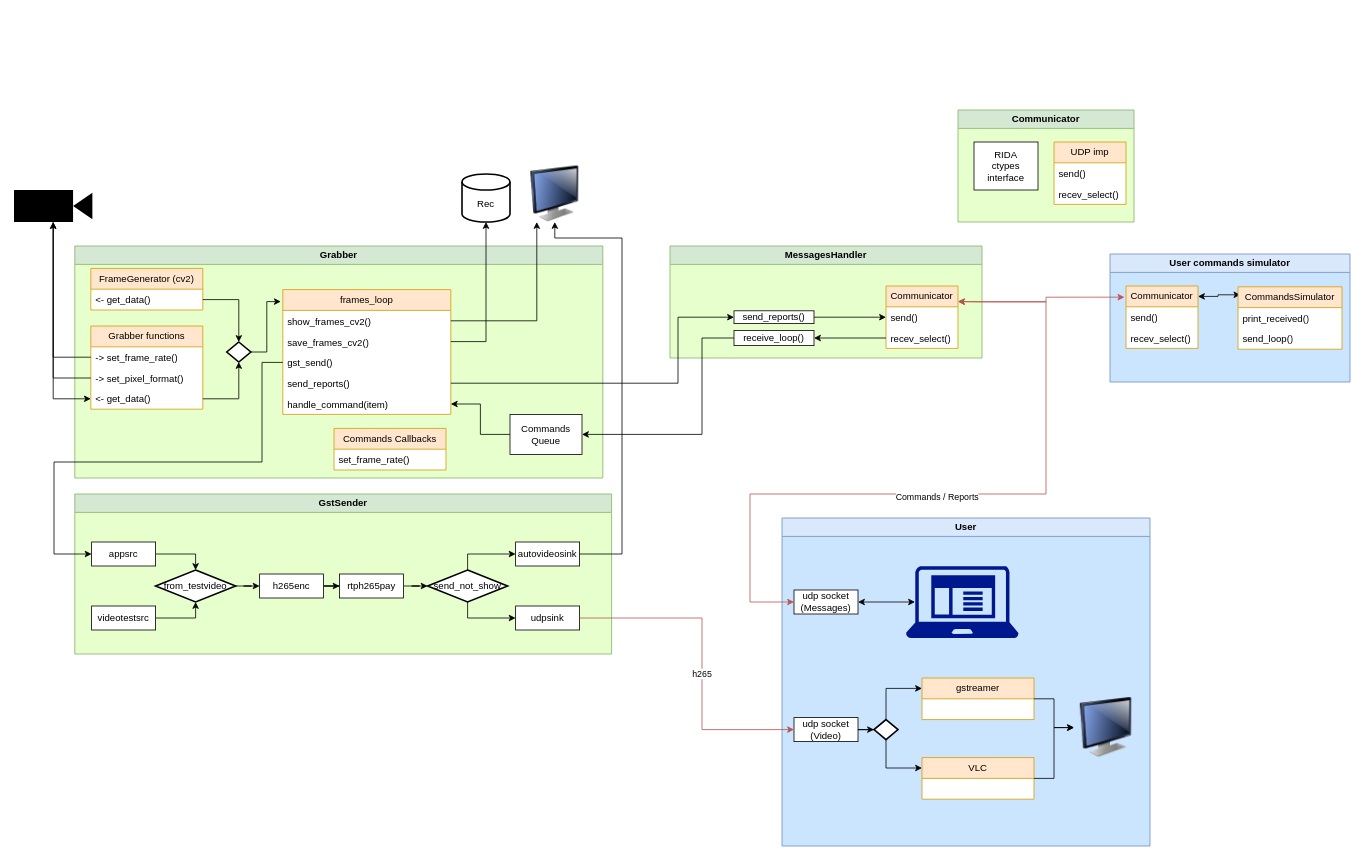
Earlier version of the draw.io diagram doc/diagram.drawio (serbuh/gige_capture). Source tidied: cells renumbered, new cells numbered last; positions are measured from the earlier drawing's top-left corner, leaving out a move shared by most shapes. Both pictures are drawn from the tidied source at 80%, with x=0, y=0 at pixel (14, 110).
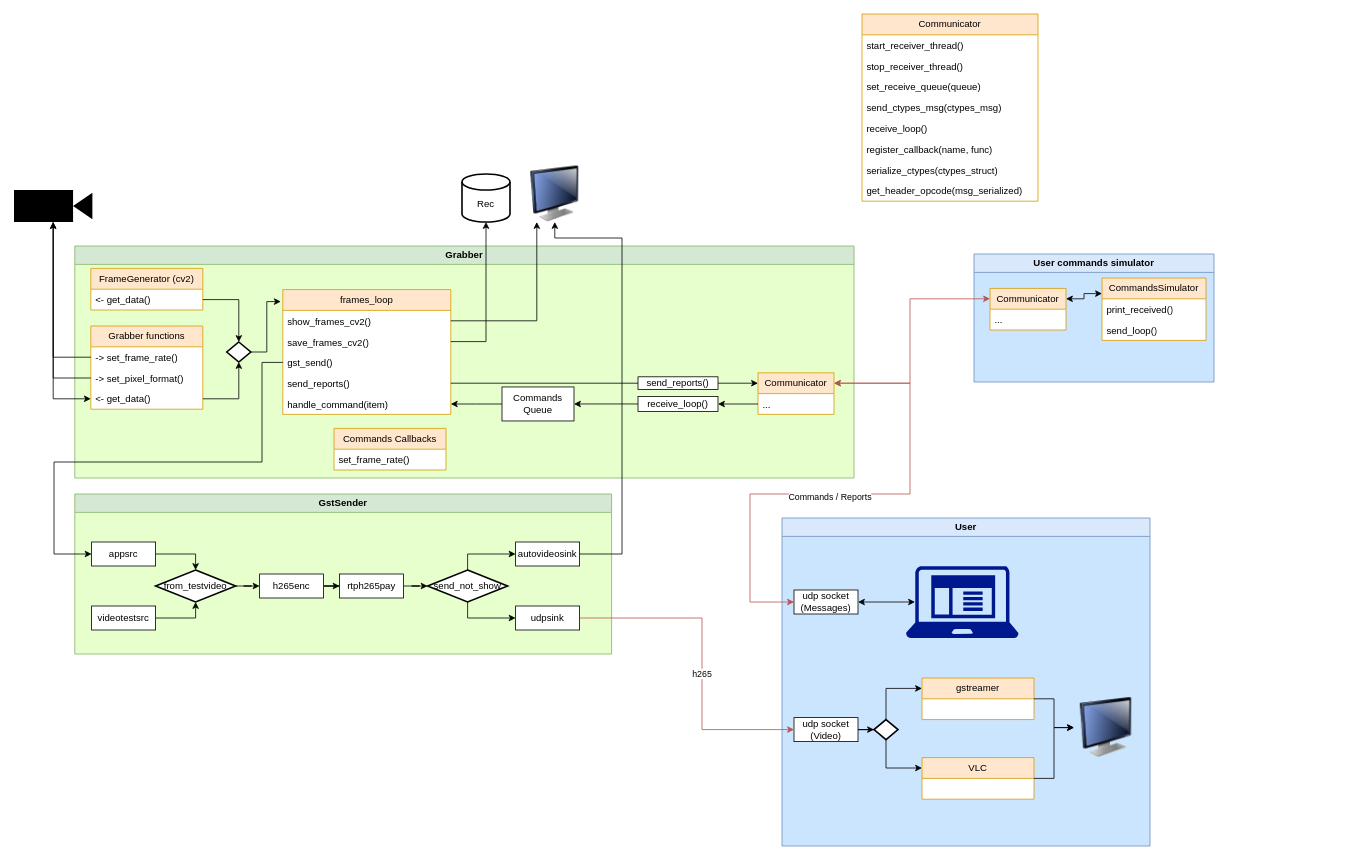
After the change.

The change refers to these unchanged cells:
```xml
<mxCell id="17" value="send_reports()" style="text;strokeColor=none;fillColor=none;align=left;verticalAlign=top;spacingLeft=4;spacingRight=4;overflow=hidden;points=[[0,0.5],[1,0.5]];portConstraint=eastwest;whiteSpace=wrap;html=1;" parent="13" vertex="1">
  <mxGeometry y="104" width="210" height="26" as="geometry" />
</mxCell>
<mxCell id="43" value="udp socket&lt;br&gt;(Messages)" style="rounded=0;whiteSpace=wrap;html=1;" parent="33" vertex="1">
  <mxGeometry x="15" y="90" width="80" height="30" as="geometry" />
</mxCell>
```

Diff of the diagram source:
```diff
@@
     <mxCell id="2" value="Grabber" style="swimlane;whiteSpace=wrap;html=1;comic=0;noLabel=0;swimlaneFillColor=#E6FFCC;fillColor=#d5e8d4;strokeColor=#82b366;" parent="1" vertex="1">
-      <mxGeometry x="76" y="170" width="660" height="290" as="geometry" />
+      <mxGeometry x="76" y="170" width="974" height="290" as="geometry" />
     </mxCell>
@@
     <mxCell id="22" value="Commands&lt;br&gt;Queue" style="rounded=0;whiteSpace=wrap;html=1;" parent="2" vertex="1">
-      <mxGeometry x="544" y="210.5" width="90" height="50" as="geometry" />
+      <mxGeometry x="534" y="176.2" width="90" height="42.5" as="geometry" />
     </mxCell>
-    <mxCell id="23" value="MessagesHandler" style="swimlane;whiteSpace=wrap;html=1;comic=0;noLabel=0;swimlaneFillColor=#E6FFCC;fillColor=#d5e8d4;strokeColor=#82b366;" parent="1" vertex="1">
-      <mxGeometry x="820" y="170" width="390" height="140" as="geometry" />
-    </mxCell>
-    <mxCell id="24" value="Communicator" style="swimlane;fontStyle=0;horizontal=1;startSize=26;fillColor=#ffe6cc;whiteSpace=wrap;html=1;strokeColor=#d79b00;swimlaneFillColor=default;" parent="23" vertex="1">
-      <mxGeometry x="270" y="50" width="90" height="78" as="geometry" />
-    </mxCell>
-    <mxCell id="25" value="send()" style="text;strokeColor=none;fillColor=none;align=left;verticalAlign=top;spacingLeft=4;spacingRight=4;overflow=hidden;points=[[0,0.5],[1,0.5]];portConstraint=eastwest;whiteSpace=wrap;html=1;" parent="24" vertex="1">
-      <mxGeometry y="26" width="90" height="26" as="geometry" />
-    </mxCell>
-    <mxCell id="26" value="recev_select()" style="text;strokeColor=none;fillColor=none;align=left;verticalAlign=top;spacingLeft=4;spacingRight=4;overflow=hidden;points=[[0,0.5],[1,0.5]];portConstraint=eastwest;whiteSpace=wrap;html=1;" parent="24" vertex="1">
-      <mxGeometry y="52" width="90" height="26" as="geometry" />
-    </mxCell>
-    <mxCell id="27" style="edgeStyle=orthogonalEdgeStyle;rounded=0;jettySize=auto;html=1;entryX=0;entryY=0.5;entryDx=0;entryDy=0;exitX=1;exitY=0.5;exitDx=0;exitDy=0;" parent="23" edge="1" source="29" target="25">
-      <mxGeometry relative="1" as="geometry" />
-    </mxCell>
-    <mxCell id="28" style="edgeStyle=orthogonalEdgeStyle;rounded=0;jettySize=auto;html=1;entryX=1;entryY=0.5;entryDx=0;entryDy=0;" parent="23" edge="1" source="26" target="30">
-      <mxGeometry relative="1" as="geometry" />
-    </mxCell>
+    <mxCell id="75" style="edgeStyle=orthogonalEdgeStyle;rounded=0;jettySize=auto;html=1;entryX=0;entryY=0.5;entryDx=0;entryDy=0;exitX=1;exitY=0.5;exitDx=0;exitDy=0;" parent="2" edge="1" source="17" target="29">
+      <mxGeometry relative="1" as="geometry">
+        <Array as="points">
+          <mxPoint x="754" y="172" />
+          <mxPoint x="754" y="172" />
+        </Array>
+      </mxGeometry>
+    </mxCell>
+    <mxCell id="74" style="edgeStyle=orthogonalEdgeStyle;rounded=0;jettySize=auto;html=1;entryX=1;entryY=0.5;entryDx=0;entryDy=0;" parent="2" edge="1" source="30" target="22">
+      <mxGeometry relative="1" as="geometry">
+        <Array as="points">
+          <mxPoint x="754" y="198" />
+          <mxPoint x="754" y="198" />
+        </Array>
+      </mxGeometry>
+    </mxCell>
+    <mxCell id="91" style="edgeStyle=orthogonalEdgeStyle;rounded=0;jettySize=auto;html=1;entryX=0;entryY=0.25;entryDx=0;entryDy=0;" parent="2" edge="1" source="29" target="92">
+      <mxGeometry relative="1" as="geometry" />
+    </mxCell>
-    <mxCell id="29" value="send_reports()" style="rounded=0;whiteSpace=wrap;html=1;" parent="23" vertex="1">
-      <mxGeometry x="80" y="81" width="100" height="16" as="geometry" />
+    <mxCell id="29" value="send_reports()" style="rounded=0;whiteSpace=wrap;html=1;" parent="2" vertex="1">
+      <mxGeometry x="704" y="163.5" width="100" height="16" as="geometry" />
     </mxCell>
-    <mxCell id="30" value="receive_loop()" style="rounded=0;whiteSpace=wrap;html=1;" parent="23" vertex="1">
-      <mxGeometry x="80" y="105.5" width="100" height="19" as="geometry" />
+    <mxCell id="30" value="receive_loop()" style="rounded=0;whiteSpace=wrap;html=1;" parent="2" vertex="1">
+      <mxGeometry x="704" y="188" width="100" height="19" as="geometry" />
     </mxCell>
+    <mxCell id="92" value="Communicator" style="swimlane;fontStyle=0;horizontal=1;startSize=26;fillColor=#ffe6cc;whiteSpace=wrap;html=1;strokeColor=#d79b00;swimlaneFillColor=default;" parent="2" vertex="1">
+      <mxGeometry x="854" y="158.5" width="95" height="52" as="geometry" />
+    </mxCell>
+    <mxCell id="93" value="..." style="text;strokeColor=none;fillColor=none;align=left;verticalAlign=top;spacingLeft=4;spacingRight=4;overflow=hidden;points=[[0,0.5],[1,0.5]];portConstraint=eastwest;whiteSpace=wrap;html=1;" parent="92" vertex="1">
+      <mxGeometry y="26" width="95" height="26" as="geometry" />
+    </mxCell>
+    <mxCell id="94" style="edgeStyle=orthogonalEdgeStyle;rounded=0;jettySize=auto;html=1;" parent="2" edge="1" source="93" target="30">
+      <mxGeometry relative="1" as="geometry" />
+    </mxCell>
@@
-    <mxCell id="72" style="edgeStyle=orthogonalEdgeStyle;rounded=0;jettySize=auto;html=1;entryX=0;entryY=0.5;entryDx=0;entryDy=0;startArrow=classic;startFill=1;fillColor=#f8cecc;strokeColor=#b85450;exitX=1;exitY=0.25;exitDx=0;exitDy=0;" parent="1" edge="1" source="24" target="43">
+    <mxCell id="72" style="edgeStyle=orthogonalEdgeStyle;rounded=0;jettySize=auto;html=1;entryX=0;entryY=0.5;entryDx=0;entryDy=0;startArrow=classic;startFill=1;fillColor=#f8cecc;strokeColor=#b85450;exitX=1;exitY=0.25;exitDx=0;exitDy=0;" parent="1" edge="1" source="92" target="43">
       <mxGeometry relative="1" as="geometry">
         <Array as="points">
-          <mxPoint x="1290" y="240" />
-          <mxPoint x="1290" y="480" />
+          <mxPoint x="1120" y="342" />
+          <mxPoint x="1120" y="480" />
           <mxPoint x="920" y="480" />
           <mxPoint x="920" y="615" />
         </Array>
       </mxGeometry>
     </mxCell>
@@
-    <mxCell id="74" style="edgeStyle=orthogonalEdgeStyle;rounded=0;jettySize=auto;html=1;exitX=0;exitY=0.5;exitDx=0;exitDy=0;entryX=1;entryY=0.5;entryDx=0;entryDy=0;" parent="1" edge="1" source="30" target="22">
-      <mxGeometry relative="1" as="geometry">
-        <Array as="points">
-          <mxPoint x="860" y="285" />
-          <mxPoint x="860" y="406" />
-        </Array>
-      </mxGeometry>
-    </mxCell>
-    <mxCell id="75" style="edgeStyle=orthogonalEdgeStyle;rounded=0;jettySize=auto;html=1;entryX=0;entryY=0.5;entryDx=0;entryDy=0;exitX=1;exitY=0.5;exitDx=0;exitDy=0;" parent="1" edge="1" source="17" target="29">
-      <mxGeometry relative="1" as="geometry">
-        <Array as="points">
-          <mxPoint x="830" y="342" />
-          <mxPoint x="830" y="259" />
-        </Array>
-      </mxGeometry>
-    </mxCell>
@@
     <mxCell id="77" value="User commands simulator" style="swimlane;whiteSpace=wrap;html=1;comic=0;noLabel=0;swimlaneFillColor=#CCE5FF;fillColor=#dae8fc;strokeColor=#6c8ebf;" parent="1" vertex="1">
-      <mxGeometry x="1370" y="180" width="300" height="160" as="geometry" />
+      <mxGeometry x="1200" y="180" width="300" height="160" as="geometry" />
     </mxCell>
-    <mxCell id="78" style="edgeStyle=orthogonalEdgeStyle;rounded=0;jettySize=auto;html=1;entryX=0.023;entryY=0.128;entryDx=0;entryDy=0;startArrow=classic;startFill=1;entryPerimeter=0;exitX=1;exitY=0.167;exitDx=0;exitDy=0;exitPerimeter=0;" parent="77" edge="1" source="82" target="79">
+    <mxCell id="78" style="edgeStyle=orthogonalEdgeStyle;rounded=0;jettySize=auto;html=1;entryX=0;entryY=0.25;entryDx=0;entryDy=0;startArrow=classic;startFill=1;exitX=1;exitY=0.25;exitDx=0;exitDy=0;" parent="77" edge="1" source="95" target="79">
       <mxGeometry relative="1" as="geometry" />
     </mxCell>
     <mxCell id="79" value="CommandsSimulator" style="swimlane;fontStyle=0;horizontal=1;startSize=26;fillColor=#ffe6cc;whiteSpace=wrap;html=1;strokeColor=#d79b00;swimlaneFillColor=default;" parent="77" vertex="1">
-      <mxGeometry x="160" y="41" width="130" height="78" as="geometry" />
+      <mxGeometry x="160" y="30" width="130" height="78" as="geometry" />
     </mxCell>
@@
-    <mxCell id="82" value="Communicator" style="swimlane;fontStyle=0;horizontal=1;startSize=26;fillColor=#ffe6cc;whiteSpace=wrap;html=1;strokeColor=#d79b00;swimlaneFillColor=default;" parent="77" vertex="1">
-      <mxGeometry x="20" y="40" width="90" height="78" as="geometry" />
-    </mxCell>
-    <mxCell id="83" value="send()" style="text;strokeColor=none;fillColor=none;align=left;verticalAlign=top;spacingLeft=4;spacingRight=4;overflow=hidden;whiteSpace=wrap;html=1;" parent="82" vertex="1">
-      <mxGeometry y="26" width="90" height="26" as="geometry" />
-    </mxCell>
-    <mxCell id="84" value="recev_select()" style="text;strokeColor=none;fillColor=none;align=left;verticalAlign=top;spacingLeft=4;spacingRight=4;overflow=hidden;whiteSpace=wrap;html=1;" parent="82" vertex="1">
-      <mxGeometry y="52" width="90" height="26" as="geometry" />
-    </mxCell>
+    <mxCell id="95" value="Communicator" style="swimlane;fontStyle=0;horizontal=1;startSize=26;fillColor=#ffe6cc;whiteSpace=wrap;html=1;strokeColor=#d79b00;swimlaneFillColor=default;" parent="77" vertex="1">
+      <mxGeometry x="20" y="43" width="95" height="52" as="geometry" />
+    </mxCell>
+    <mxCell id="96" value="..." style="text;strokeColor=none;fillColor=none;align=left;verticalAlign=top;spacingLeft=4;spacingRight=4;overflow=hidden;whiteSpace=wrap;html=1;" parent="95" vertex="1">
+      <mxGeometry y="26" width="95" height="26" as="geometry" />
+    </mxCell>
-    <mxCell id="85" style="edgeStyle=orthogonalEdgeStyle;rounded=0;jettySize=auto;html=1;entryX=1;entryY=0.25;entryDx=0;entryDy=0;startArrow=classic;startFill=1;fillColor=#f8cecc;strokeColor=#b85450;exitX=-0.022;exitY=0.179;exitDx=0;exitDy=0;exitPerimeter=0;" parent="1" edge="1" source="82" target="24">
+    <mxCell id="85" style="edgeStyle=orthogonalEdgeStyle;rounded=0;jettySize=auto;html=1;entryX=1;entryY=0.25;entryDx=0;entryDy=0;startArrow=classic;startFill=1;fillColor=#f8cecc;strokeColor=#b85450;exitX=0;exitY=0.25;exitDx=0;exitDy=0;" parent="1" edge="1" source="95" target="92">
       <mxGeometry relative="1" as="geometry">
         <Array as="points">
-          <mxPoint x="1290" y="234" />
-          <mxPoint x="1290" y="240" />
-          <mxPoint x="1210" y="240" />
+          <mxPoint x="1120" y="236" />
+          <mxPoint x="1120" y="342" />
         </Array>
       </mxGeometry>
     </mxCell>
-    <mxCell id="86" value="Communicator" style="swimlane;whiteSpace=wrap;html=1;comic=0;noLabel=0;swimlaneFillColor=#E6FFCC;fillColor=#d5e8d4;strokeColor=#82b366;" parent="1" vertex="1">
-      <mxGeometry x="1180" width="220" height="140" as="geometry" />
-    </mxCell>
-    <mxCell id="87" value="RIDA&lt;br&gt;ctypes&lt;br&gt;interface" style="rounded=0;whiteSpace=wrap;html=1;" parent="86" vertex="1">
-      <mxGeometry x="20" y="40" width="80" height="60" as="geometry" />
-    </mxCell>
-    <mxCell id="88" value="UDP imp" style="swimlane;fontStyle=0;horizontal=1;startSize=26;fillColor=#ffe6cc;whiteSpace=wrap;html=1;strokeColor=#d79b00;swimlaneFillColor=default;" parent="86" vertex="1">
-      <mxGeometry x="120" y="40" width="90" height="78" as="geometry" />
-    </mxCell>
-    <mxCell id="89" value="send()" style="text;strokeColor=none;fillColor=none;align=left;verticalAlign=top;spacingLeft=4;spacingRight=4;overflow=hidden;whiteSpace=wrap;html=1;" parent="88" vertex="1">
-      <mxGeometry y="26" width="90" height="26" as="geometry" />
-    </mxCell>
-    <mxCell id="90" value="recev_select()" style="text;strokeColor=none;fillColor=none;align=left;verticalAlign=top;spacingLeft=4;spacingRight=4;overflow=hidden;whiteSpace=wrap;html=1;" parent="88" vertex="1">
-      <mxGeometry y="52" width="90" height="26" as="geometry" />
-    </mxCell>
+    <mxCell id="97" value="Communicator" style="swimlane;fontStyle=0;horizontal=1;startSize=26;fillColor=#ffe6cc;whiteSpace=wrap;html=1;strokeColor=#d79b00;swimlaneFillColor=default;" parent="1" vertex="1">
+      <mxGeometry x="1060" y="-120" width="220" height="234" as="geometry" />
+    </mxCell>
+    <mxCell id="98" value="start_receiver_thread()" style="text;strokeColor=none;fillColor=none;align=left;verticalAlign=top;spacingLeft=4;spacingRight=4;overflow=hidden;whiteSpace=wrap;html=1;" parent="97" vertex="1">
+      <mxGeometry y="26" width="220" height="26" as="geometry" />
+    </mxCell>
+    <mxCell id="99" value="stop_receiver_thread()" style="text;strokeColor=none;fillColor=none;align=left;verticalAlign=top;spacingLeft=4;spacingRight=4;overflow=hidden;whiteSpace=wrap;html=1;" parent="97" vertex="1">
+      <mxGeometry y="52" width="220" height="26" as="geometry" />
+    </mxCell>
+    <mxCell id="100" value="set_receive_queue(queue)" style="text;strokeColor=none;fillColor=none;align=left;verticalAlign=top;spacingLeft=4;spacingRight=4;overflow=hidden;whiteSpace=wrap;html=1;" parent="97" vertex="1">
+      <mxGeometry y="78" width="220" height="26" as="geometry" />
+    </mxCell>
+    <mxCell id="101" value="send_ctypes_msg(ctypes_msg)" style="text;strokeColor=none;fillColor=none;align=left;verticalAlign=top;spacingLeft=4;spacingRight=4;overflow=hidden;whiteSpace=wrap;html=1;" parent="97" vertex="1">
+      <mxGeometry y="104" width="220" height="26" as="geometry" />
+    </mxCell>
+    <mxCell id="102" value="receive_loop()" style="text;strokeColor=none;fillColor=none;align=left;verticalAlign=top;spacingLeft=4;spacingRight=4;overflow=hidden;whiteSpace=wrap;html=1;" parent="97" vertex="1">
+      <mxGeometry y="130" width="220" height="26" as="geometry" />
+    </mxCell>
+    <mxCell id="103" value="register_callback(name, func)" style="text;strokeColor=none;fillColor=none;align=left;verticalAlign=top;spacingLeft=4;spacingRight=4;overflow=hidden;whiteSpace=wrap;html=1;" parent="97" vertex="1">
+      <mxGeometry y="156" width="220" height="26" as="geometry" />
+    </mxCell>
+    <mxCell id="104" value="serialize_ctypes(ctypes_struct)" style="text;strokeColor=none;fillColor=none;align=left;verticalAlign=top;spacingLeft=4;spacingRight=4;overflow=hidden;whiteSpace=wrap;html=1;" parent="97" vertex="1">
+      <mxGeometry y="182" width="220" height="26" as="geometry" />
+    </mxCell>
+    <mxCell id="105" value="get_header_opcode(msg_serialized)" style="text;strokeColor=none;fillColor=none;align=left;verticalAlign=top;spacingLeft=4;spacingRight=4;overflow=hidden;whiteSpace=wrap;html=1;" parent="97" vertex="1">
+      <mxGeometry y="208" width="220" height="26" as="geometry" />
+    </mxCell>
```
